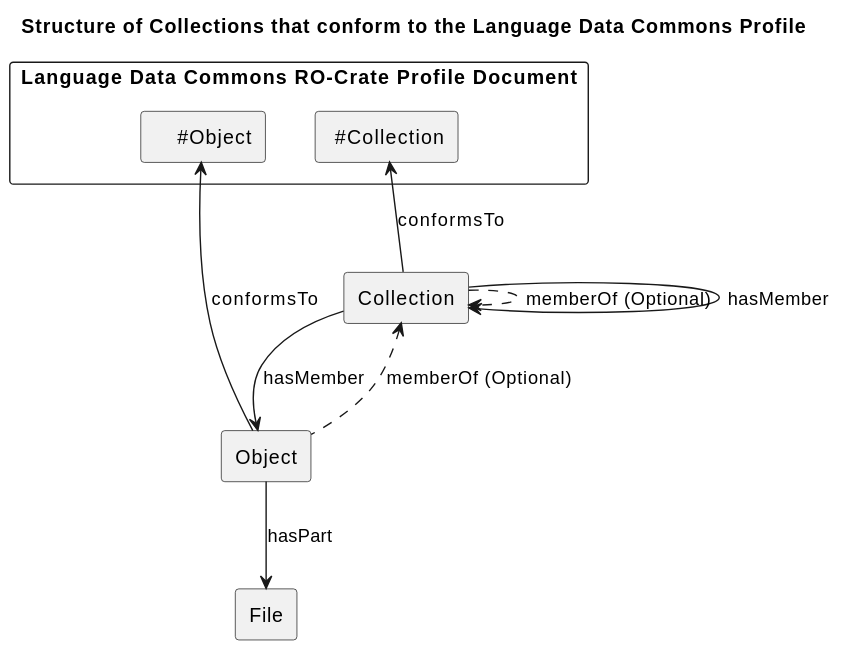
Language-Research-Technology/ldac-profile keeps this PlantUML diagram as profile/media/structure.svg. Above is the earlier version.
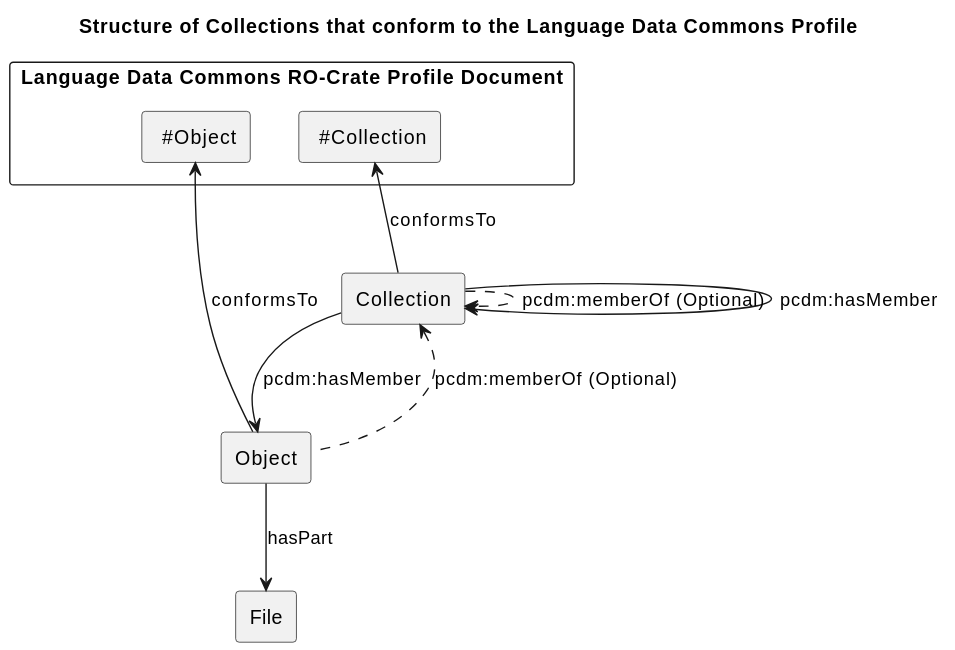
After the commit.

What changed in the source:
```diff
@@ -3,7 +3,7 @@
 
 rectangle "Language Data Commons RO-Crate Profile Document" {
 rectangle " #Collection" as procoll
-rectangle "    #Object" as proobj
+rectangle " #Object" as proobj
 }
 
 
@@ -13,15 +13,13 @@
 }
 rectangle "File" as file {
 }
-coll -----> coll : hasMember
-coll .> coll : memberOf (Optional)
+coll -----> coll : pcdm:hasMember
+coll .> coll : pcdm:memberOf (Optional)
 
 
-coll -down-> obj : hasMember
-obj .up.> coll : memberOf (Optional)
+coll -down-> obj : pcdm:hasMember
+obj .up.> coll : pcdm:memberOf (Optional)
 coll -up-> procoll : conformsTo
 obj -right-> proobj : conformsTo
 obj -down-> file : hasPart
-
-
 @enduml
```
